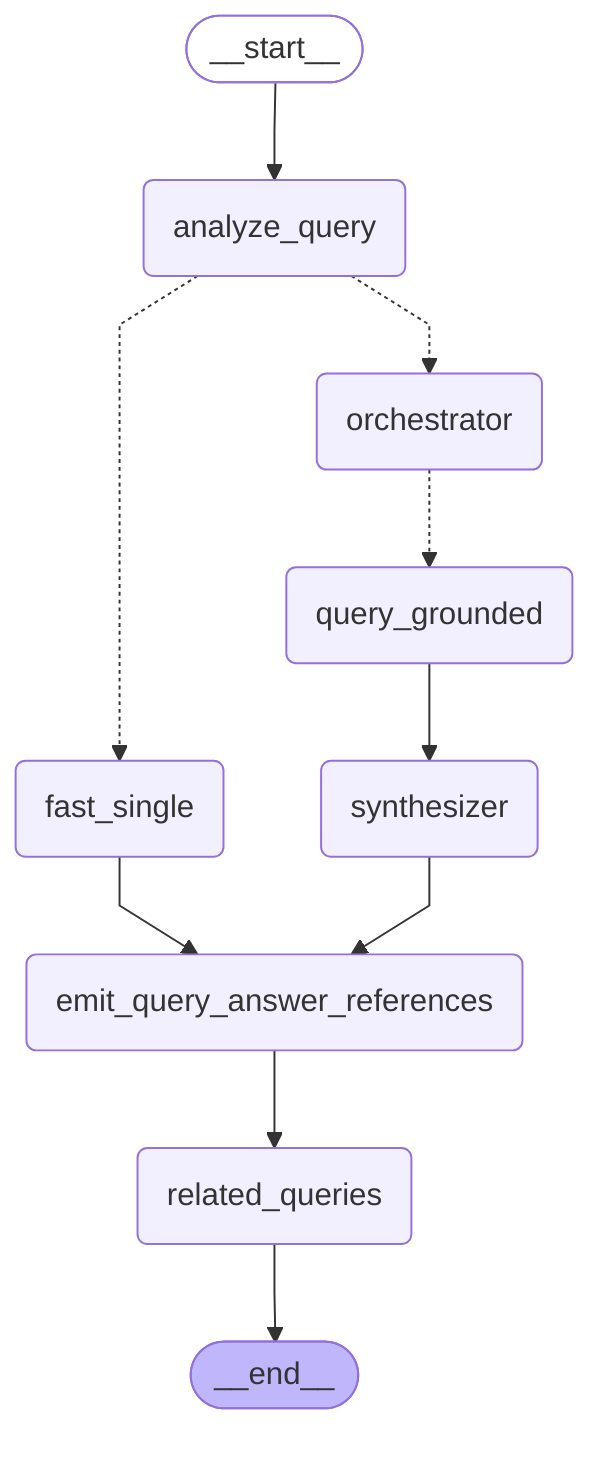
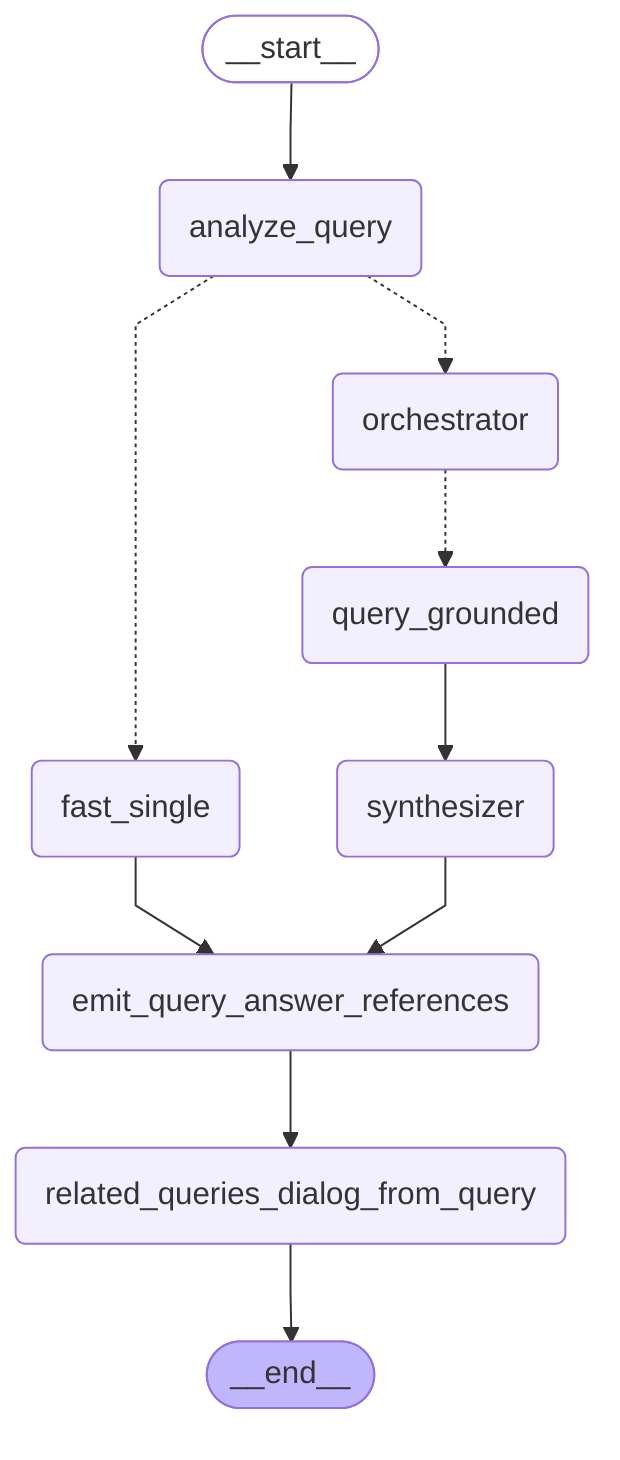
---
config:
  flowchart:
    curve: linear
---
graph TD;
	__start__([<p>__start__</p>]):::first
	analyze_query(analyze_query)
	fast_single(fast_single)
	orchestrator(orchestrator)
	query_grounded(query_grounded)
	synthesizer(synthesizer)
	emit_query_answer_references(emit_query_answer_references)
- 	related_queries(related_queries)
+ 	related_queries_dialog_from_query(related_queries_dialog_from_query)
	__end__([<p>__end__</p>]):::last
	__start__ --> analyze_query;
	analyze_query -.-> fast_single;
	analyze_query -.-> orchestrator;
- 	emit_query_answer_references --> related_queries;
+ 	emit_query_answer_references --> related_queries_dialog_from_query;
	fast_single --> emit_query_answer_references;
	orchestrator -.-> query_grounded;
	query_grounded --> synthesizer;
	synthesizer --> emit_query_answer_references;
- 	related_queries --> __end__;
+ 	related_queries_dialog_from_query --> __end__;
	classDef default fill:#f2f0ff,line-height:1.2
	classDef first fill-opacity:0
	classDef last fill:#bfb6fc
